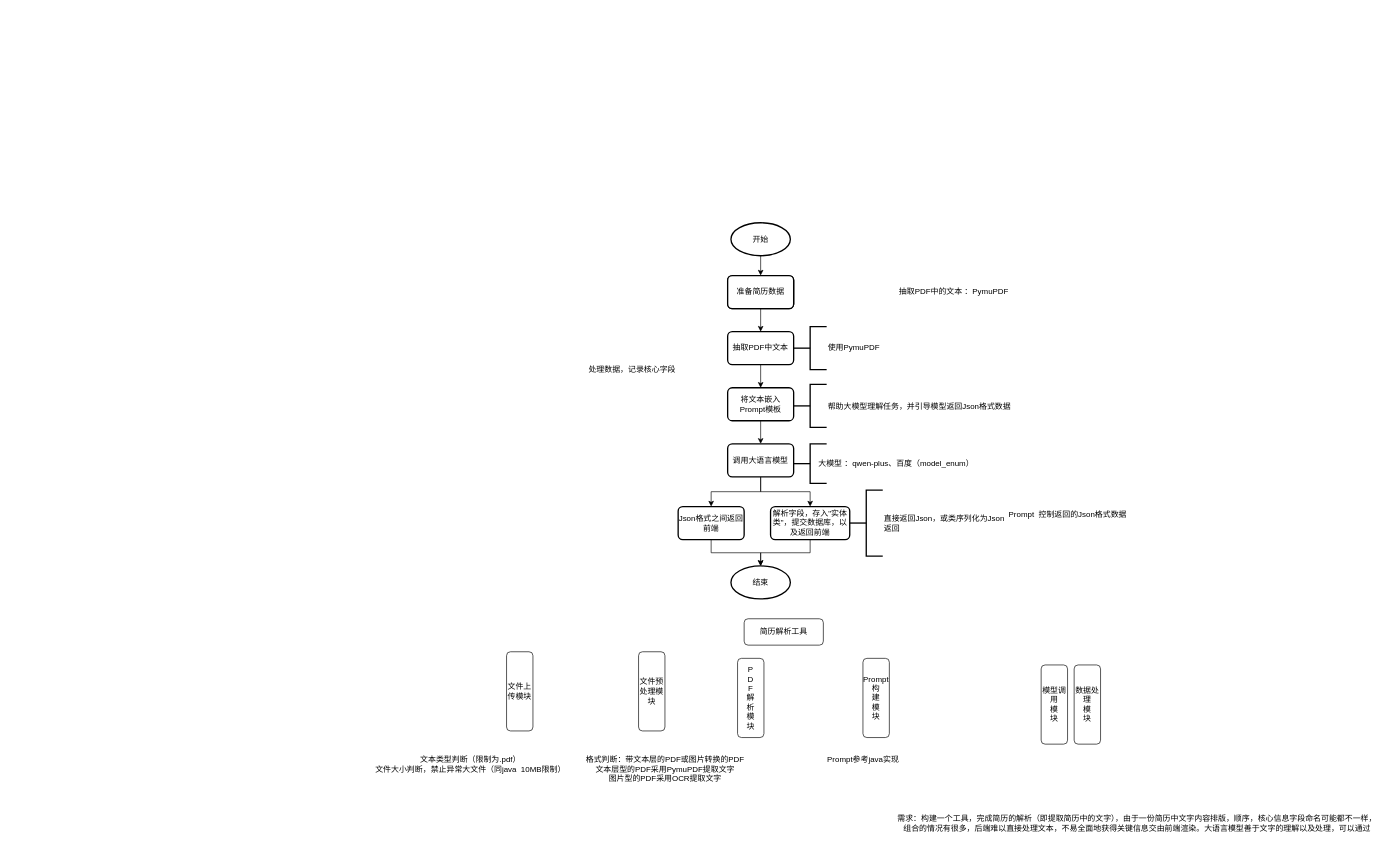
The draw.io diagram works/seeker/项目规划与流程.drawio in White1943/drawio, before the edit. Source tidied: cells renumbered, new cells numbered last; positions are measured from the earlier drawing's top-left corner, leaving out a move shared by most shapes. Both pictures are drawn from the tidied source at 66%, with x=0, y=0 at pixel (368, 222).
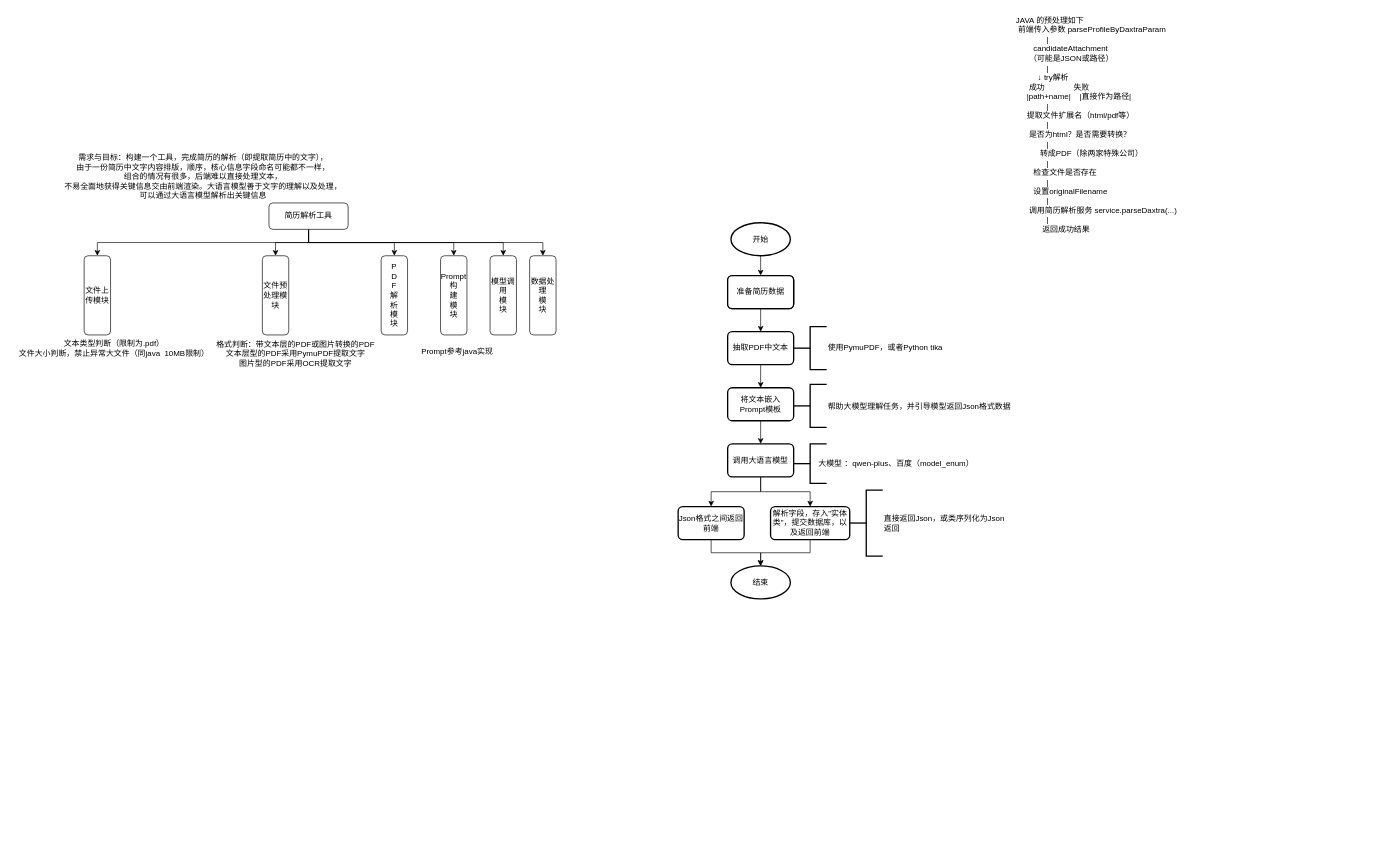
After the change.

Commit message:
更新项目规划与流程.drawio

Change to the diagram source:
```diff
@@
-    <mxCell id="6" value="抽取PDF中的文本 ：PymuPDF&amp;nbsp;" style="text;html=1;align=center;verticalAlign=middle;strokeColor=none;fillColor=none;" parent="1" vertex="1">
-      <mxGeometry x="794" y="90" width="190" height="30" as="geometry" />
-    </mxCell>
@@
-    <mxCell id="8" value="Prompt&amp;nbsp; 控制返回的Json格式数据&lt;div&gt;&lt;br&gt;&lt;/div&gt;" style="text;html=1;align=center;verticalAlign=middle;strokeColor=none;fillColor=none;" parent="1" vertex="1">
-      <mxGeometry x="960" y="430" width="200" height="40" as="geometry" />
-    </mxCell>
-    <mxCell id="9" value="处理数据，记录核心字段" style="text;html=1;align=center;verticalAlign=middle;strokeColor=none;fillColor=none;" parent="1" vertex="1">
-      <mxGeometry x="320" y="208" width="160" height="30" as="geometry" />
-    </mxCell>
@@
-    <mxCell id="19" value="&lt;span style=&quot;text-align: center;&quot;&gt;使用PymuPDF&lt;/span&gt;" style="strokeWidth=2;html=1;shape=mxgraph.flowchart.annotation_2;align=left;labelPosition=right;" parent="1" vertex="1">
+    <mxCell id="19" value="&lt;span style=&quot;text-align: center;&quot;&gt;使用PymuPDF，或者Python tika&lt;/span&gt;" style="strokeWidth=2;html=1;shape=mxgraph.flowchart.annotation_2;align=left;labelPosition=right;" parent="1" vertex="1">
       <mxGeometry x="645" y="157.5" width="50" height="65" as="geometry" />
     </mxCell>
@@
+    <mxCell id="38" style="edgeStyle=orthogonalEdgeStyle;rounded=0;jettySize=auto;html=1;exitX=0.5;exitY=1;exitDx=0;exitDy=0;" parent="1" edge="1" source="26" target="27">
+      <mxGeometry relative="1" as="geometry" />
+    </mxCell>
+    <mxCell id="39" style="edgeStyle=orthogonalEdgeStyle;rounded=0;jettySize=auto;html=1;exitX=0.5;exitY=1;exitDx=0;exitDy=0;" parent="1" edge="1" source="26" target="33">
+      <mxGeometry relative="1" as="geometry" />
+    </mxCell>
+    <mxCell id="40" style="edgeStyle=orthogonalEdgeStyle;rounded=0;jettySize=auto;html=1;exitX=0.5;exitY=1;exitDx=0;exitDy=0;" parent="1" edge="1" source="26" target="28">
+      <mxGeometry relative="1" as="geometry" />
+    </mxCell>
+    <mxCell id="41" style="edgeStyle=orthogonalEdgeStyle;rounded=0;jettySize=auto;html=1;exitX=0.5;exitY=1;exitDx=0;exitDy=0;" parent="1" edge="1" source="26" target="29">
+      <mxGeometry relative="1" as="geometry" />
+    </mxCell>
+    <mxCell id="42" style="edgeStyle=orthogonalEdgeStyle;rounded=0;jettySize=auto;html=1;exitX=0.5;exitY=1;exitDx=0;exitDy=0;" parent="1" edge="1" source="26" target="30">
+      <mxGeometry relative="1" as="geometry" />
+    </mxCell>
+    <mxCell id="43" style="edgeStyle=orthogonalEdgeStyle;rounded=0;jettySize=auto;html=1;exitX=0.5;exitY=1;exitDx=0;exitDy=0;entryX=0.5;entryY=0;entryDx=0;entryDy=0;" parent="1" edge="1" source="26" target="31">
+      <mxGeometry relative="1" as="geometry" />
+    </mxCell>
     <mxCell id="26" value="简历解析工具" style="rounded=1;whiteSpace=wrap;html=1;" parent="1" vertex="1">
-      <mxGeometry x="570" y="600" width="120" height="40" as="geometry" />
+      <mxGeometry x="-150" y="-30" width="120" height="40" as="geometry" />
     </mxCell>
     <mxCell id="27" value="文件预处理模块" style="rounded=1;whiteSpace=wrap;html=1;align=center;labelPosition=center;verticalLabelPosition=middle;verticalAlign=middle;" parent="1" vertex="1">
-      <mxGeometry x="410" y="650" width="40" height="120" as="geometry" />
+      <mxGeometry x="-160" y="50" width="40" height="120" as="geometry" />
     </mxCell>
     <mxCell id="28" value="P&lt;div&gt;D&lt;/div&gt;&lt;div&gt;F&lt;/div&gt;&lt;div&gt;解&lt;/div&gt;&lt;div&gt;析&lt;/div&gt;&lt;div&gt;模&lt;/div&gt;&lt;div&gt;&lt;span style=&quot;background-color: transparent; color: light-dark(rgb(0, 0, 0), rgb(255, 255, 255));&quot;&gt;块&lt;/span&gt;&lt;/div&gt;" style="rounded=1;whiteSpace=wrap;html=1;align=center;labelPosition=center;verticalLabelPosition=middle;verticalAlign=middle;" parent="1" vertex="1">
-      <mxGeometry x="560" y="660" width="40" height="120" as="geometry" />
+      <mxGeometry x="20" y="50" width="40" height="120" as="geometry" />
     </mxCell>
     <mxCell id="29" value="Prompt构&lt;div&gt;建&lt;br&gt;&lt;div&gt;模&lt;/div&gt;&lt;div&gt;&lt;span style=&quot;background-color: transparent; color: light-dark(rgb(0, 0, 0), rgb(255, 255, 255));&quot;&gt;块&lt;/span&gt;&lt;/div&gt;&lt;/div&gt;" style="rounded=1;whiteSpace=wrap;html=1;align=center;labelPosition=center;verticalLabelPosition=middle;verticalAlign=middle;" parent="1" vertex="1">
-      <mxGeometry x="750" y="660" width="40" height="120" as="geometry" />
+      <mxGeometry x="110" y="50" width="40" height="120" as="geometry" />
     </mxCell>
     <mxCell id="30" value="模型调用&lt;div&gt;&lt;div&gt;模&lt;/div&gt;&lt;div&gt;&lt;span style=&quot;background-color: transparent; color: light-dark(rgb(0, 0, 0), rgb(255, 255, 255));&quot;&gt;块&lt;/span&gt;&lt;/div&gt;&lt;/div&gt;" style="rounded=1;whiteSpace=wrap;html=1;align=center;labelPosition=center;verticalLabelPosition=middle;verticalAlign=middle;" parent="1" vertex="1">
-      <mxGeometry x="1020" y="670" width="40" height="120" as="geometry" />
+      <mxGeometry x="185" y="50" width="40" height="120" as="geometry" />
     </mxCell>
     <mxCell id="31" value="数据处理&lt;br&gt;&lt;div&gt;&lt;div&gt;模&lt;/div&gt;&lt;div&gt;&lt;span style=&quot;background-color: transparent; color: light-dark(rgb(0, 0, 0), rgb(255, 255, 255));&quot;&gt;块&lt;/span&gt;&lt;/div&gt;&lt;/div&gt;" style="rounded=1;whiteSpace=wrap;html=1;align=center;labelPosition=center;verticalLabelPosition=middle;verticalAlign=middle;" parent="1" vertex="1">
-      <mxGeometry x="1070" y="670" width="40" height="120" as="geometry" />
+      <mxGeometry x="245" y="50" width="40" height="120" as="geometry" />
     </mxCell>
-    <mxCell id="32" value="需求：构建一个工具，完成简历的解析（即提取简历中的文字），由于一份简历中文字内容排版，顺序，核心信息字段命名可能都不一样，&lt;div&gt;组合的情况有很多，后端难以直接处理文本，不易全面地获得关键信息交由前端渲染。大语言模型善于文字的理解以及处理，可以通过&lt;/div&gt;" style="text;html=1;align=center;verticalAlign=middle;strokeColor=none;fillColor=none;" parent="1" vertex="1">
-      <mxGeometry x="790" y="890" width="750" height="40" as="geometry" />
+    <mxCell id="32" value="需求与目标：构建一个工具，完成简历的解析（即提取简历中的文字），&lt;div&gt;由于一份简历中文字内容排版，顺序，核心信息字段命名可能都不一样，&lt;div&gt;组合的情况有很多，后端难以直接处理文本，&lt;/div&gt;&lt;div&gt;不易全面地获得关键信息交由前端渲染。大语言模型善于文字的理解以及处理，&lt;/div&gt;&lt;div&gt;可以通过大语言模型解析出关键信息&lt;/div&gt;&lt;/div&gt;" style="text;html=1;align=center;verticalAlign=middle;strokeColor=none;fillColor=none;" parent="1" vertex="1">
+      <mxGeometry x="-470" y="-115" width="440" height="90" as="geometry" />
     </mxCell>
     <mxCell id="33" value="文件上传模块" style="rounded=1;whiteSpace=wrap;html=1;align=center;labelPosition=center;verticalLabelPosition=middle;verticalAlign=middle;" parent="1" vertex="1">
-      <mxGeometry x="210" y="650" width="40" height="120" as="geometry" />
+      <mxGeometry x="-430" y="50" width="40" height="120" as="geometry" />
     </mxCell>
     <mxCell id="34" value="文本类型判断（限制为.pdf）&lt;br&gt;&lt;div&gt;文件大小判断，禁止异常大文件（同java&amp;nbsp;&amp;nbsp;&lt;span style=&quot;background-color: transparent; color: light-dark(rgb(0, 0, 0), rgb(255, 255, 255));&quot;&gt;10MB限制&lt;/span&gt;&lt;span style=&quot;background-color: transparent; color: light-dark(rgb(0, 0, 0), rgb(255, 255, 255));&quot;&gt;）&lt;/span&gt;&lt;/div&gt;" style="text;html=1;align=center;verticalAlign=middle;strokeColor=none;fillColor=none;" parent="1" vertex="1">
-      <mxGeometry y="800" width="310" height="40" as="geometry" />
+      <mxGeometry x="-540" y="170" width="310" height="40" as="geometry" />
     </mxCell>
     <mxCell id="35" value="&lt;div&gt;格式判断：带文本层的PDF或图片转换的PDF&lt;/div&gt;&lt;div&gt;文本层型的PDF采用PymuPDF提取文字&lt;/div&gt;图片型的PDF采用OCR提取文字&lt;div&gt;&lt;br&gt;&lt;/div&gt;" style="text;html=1;align=center;verticalAlign=middle;strokeColor=none;fillColor=none;" parent="1" vertex="1">
-      <mxGeometry x="320" y="800" width="260" height="70" as="geometry" />
+      <mxGeometry x="-240" y="170" width="260" height="70" as="geometry" />
     </mxCell>
     <mxCell id="36" value="Prompt参考java实现" style="text;html=1;align=center;verticalAlign=middle;strokeColor=none;fillColor=none;" parent="1" vertex="1">
-      <mxGeometry x="685" y="798" width="130" height="30" as="geometry" />
+      <mxGeometry x="70" y="180" width="130" height="30" as="geometry" />
     </mxCell>
@@
+    <mxCell id="44" value="JAVA 的预处理如下&#10; 前端传入参数 parseProfileByDaxtraParam&#10;              |&#10;        candidateAttachment&#10;      （可能是JSON或路径）&#10;              |&#10;          ↓ try解析&#10;      成功             失败&#10;     |path+name|    |直接作为路径|&#10;              |&#10;     提取文件扩展名（html/pdf等）&#10;              |&#10;      是否为html？是否需要转换？&#10;              |&#10;           转成PDF（除两家特殊公司）&#10;              |&#10;        检查文件是否存在&#10;              |&#10;        设置originalFilename&#10;              |&#10;      调用简历解析服务 service.parseDaxtra(...)&#10;              |&#10;            返回成功结果" style="text;whiteSpace=wrap;" parent="1" vertex="1">
+      <mxGeometry x="980" y="-320" width="280" height="340" as="geometry" />
+    </mxCell>
```
